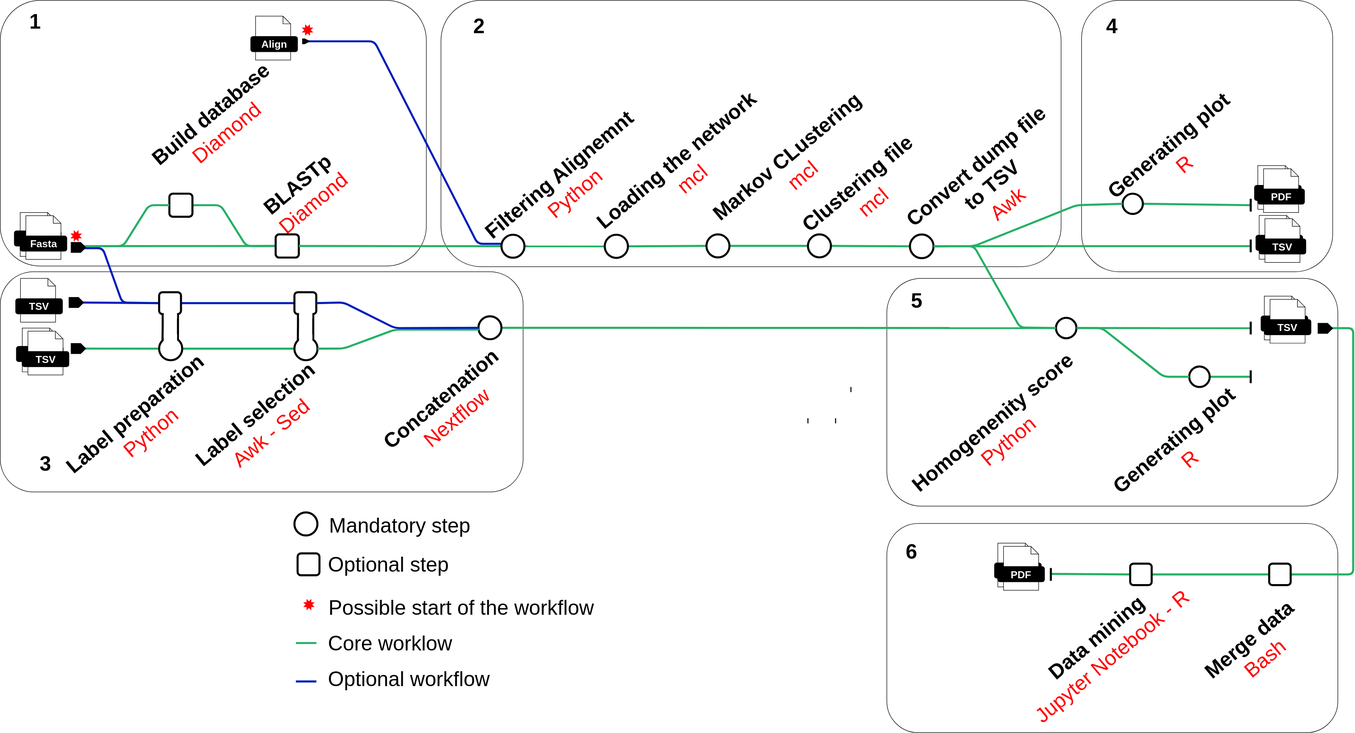
Earlier version of the draw.io export assets/pipeline.svg (jroussea/lagoon-mcl). Source tidied: cells renumbered, new cells last; positions are measured from the earlier drawing's top-left corner, leaving out a move shared by most shapes.
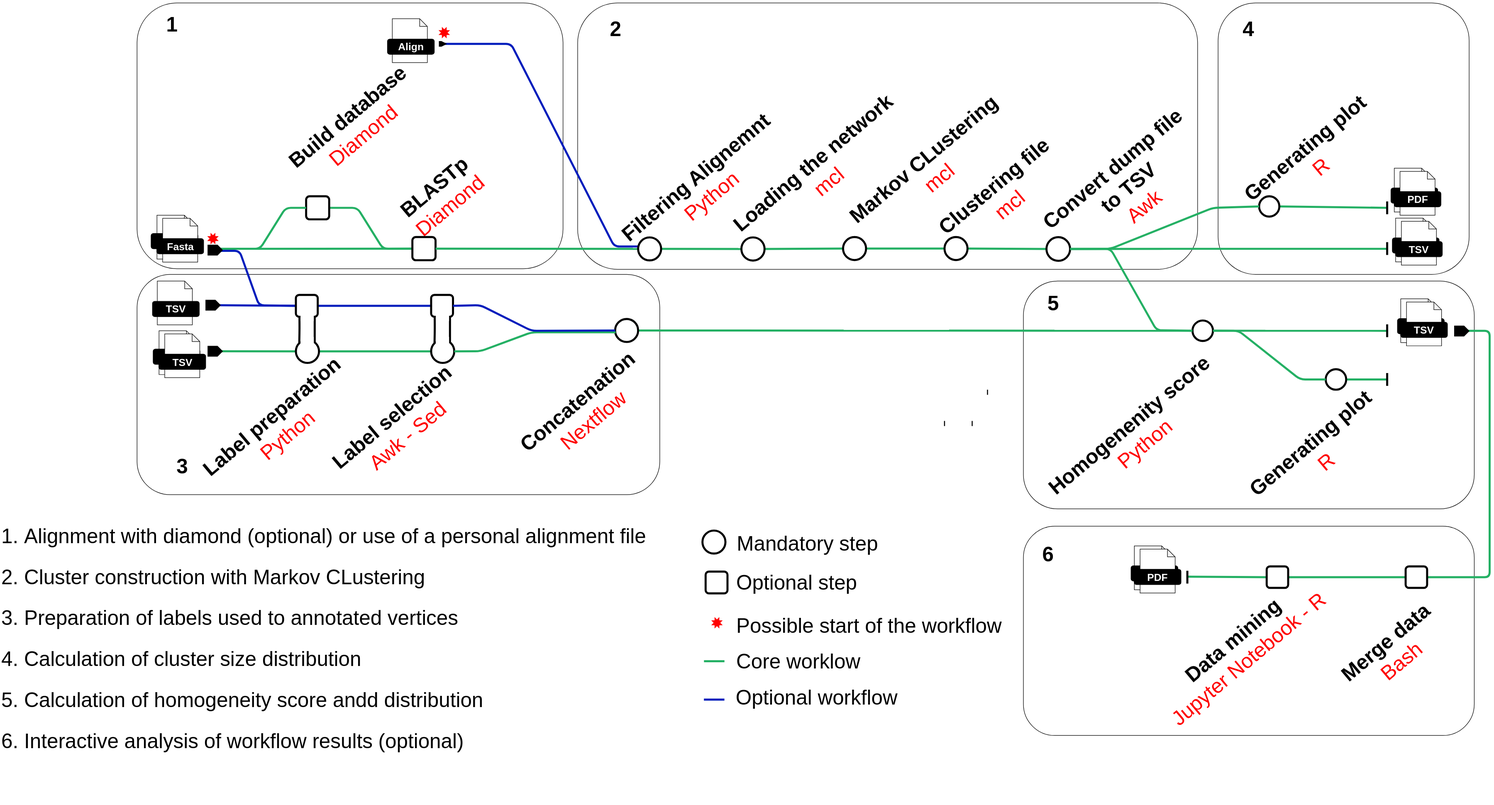
After the change.

The edit, as a diff of the source:
```diff
@@ -135,14 +135,14 @@
     </mxCell>
     <mxCell id="38" style="endArrow=none;html=1;rounded=1;strokeWidth=4;strokeColor=#24B064;" parent="1" edge="1">
       <mxGeometry relative="1" as="geometry">
-        <mxPoint x="577" y="1255" as="sourcePoint" />
-        <mxPoint x="617" y="1255" as="targetPoint" />
+        <mxPoint x="1106.5" y="1285" as="sourcePoint" />
+        <mxPoint x="1146.5" y="1285" as="targetPoint" />
       </mxGeometry>
     </mxCell>
     <mxCell id="39" style="endArrow=none;html=1;rounded=1;strokeWidth=4;strokeColor=#001DBC;fillColor=#0050ef;" parent="1" edge="1">
       <mxGeometry relative="1" as="geometry">
-        <mxPoint x="576.9" y="1330" as="sourcePoint" />
-        <mxPoint x="616.9" y="1330" as="targetPoint" />
+        <mxPoint x="1106.4" y="1360" as="sourcePoint" />
+        <mxPoint x="1146.4" y="1360" as="targetPoint" />
       </mxGeometry>
     </mxCell>
     <mxCell id="40" style="endArrow=none;html=1;rounded=1;strokeWidth=4;strokeColor=#24B064;exitX=0;exitY=0.5;exitDx=0;exitDy=0;entryX=1;entryY=0.5;entryDx=0;entryDy=0;" parent="1" edge="1" source="58" target="59">
@@ -160,19 +160,19 @@
       <mxGeometry x="1932" y="1215" width="402.7" height="45" as="geometry" />
     </mxCell>
     <mxCell id="44" value="Mandatory step" style="text;html=1;align=left;verticalAlign=middle;whiteSpace=wrap;rounded=0;fontFamily=Helvetica;fontSize=40;" parent="1" vertex="1">
-      <mxGeometry x="639.9" y="1010.3" width="331.4" height="30" as="geometry" />
+      <mxGeometry x="1169.5" y="1040.3" width="331.4" height="30" as="geometry" />
     </mxCell>
     <mxCell id="45" value="Optional step" style="text;html=1;align=left;verticalAlign=middle;whiteSpace=wrap;rounded=0;fontFamily=Helvetica;fontSize=40;" parent="1" vertex="1">
-      <mxGeometry x="638" y="1086.3" width="260" height="30" as="geometry" />
+      <mxGeometry x="1167.5" y="1116.3" width="260" height="30" as="geometry" />
     </mxCell>
     <mxCell id="46" value="Possible start of the workflow" style="text;html=1;align=left;verticalAlign=middle;whiteSpace=wrap;rounded=0;fontFamily=Helvetica;fontSize=40;" parent="1" vertex="1">
-      <mxGeometry x="638.8" y="1170" width="639" height="30" as="geometry" />
+      <mxGeometry x="1168.3" y="1200" width="639" height="30" as="geometry" />
     </mxCell>
     <mxCell id="47" value="&lt;div style=&quot;font-size: 40px;&quot;&gt;Core worklow&lt;/div&gt;" style="text;html=1;align=left;verticalAlign=middle;whiteSpace=wrap;rounded=0;fontFamily=Helvetica;fontSize=40;" parent="1" vertex="1">
-      <mxGeometry x="638" y="1240" width="594.1" height="30" as="geometry" />
+      <mxGeometry x="1167.5" y="1270" width="594.1" height="30" as="geometry" />
     </mxCell>
     <mxCell id="48" value="&lt;div style=&quot;font-size: 40px;&quot;&gt;Optional workflow&lt;/div&gt;" style="text;html=1;align=left;verticalAlign=middle;whiteSpace=wrap;rounded=0;fontFamily=Helvetica;fontSize=40;" parent="1" vertex="1">
-      <mxGeometry x="637.9" y="1310" width="444.1" height="30" as="geometry" />
+      <mxGeometry x="1167.4" y="1340" width="444.1" height="30" as="geometry" />
     </mxCell>
     <mxCell id="49" style="endArrow=none;html=1;rounded=1;strokeWidth=2;" parent="1" edge="1">
       <mxGeometry relative="1" as="geometry">
@@ -368,13 +368,13 @@
       <mxGeometry x="589.6" y="47.9" width="20" height="20" as="geometry" />
     </mxCell>
     <mxCell id="95" style="verticalLabelPosition=bottom;verticalAlign=top;html=1;shape=mxgraph.basic.8_point_star;strokeColor=#FF0000;fillColor=#FF0000;" parent="1" vertex="1">
-      <mxGeometry x="592.3" y="1170" width="20" height="20" as="geometry" />
+      <mxGeometry x="1121.8" y="1200" width="20" height="20" as="geometry" />
     </mxCell>
     <mxCell id="96" style="ellipse;whiteSpace=wrap;html=1;rounded=1;rotation=0;strokeWidth=4;" parent="1" vertex="1">
-      <mxGeometry x="574" y="1000" width="44.9" height="44.9" as="geometry" />
+      <mxGeometry x="1103.5" y="1030" width="44.9" height="44.9" as="geometry" />
     </mxCell>
     <mxCell id="97" style="rounded=1;whiteSpace=wrap;html=1;strokeWidth=4;" parent="1" vertex="1">
-      <mxGeometry x="580.2" y="1080" width="42.7" height="42.7" as="geometry" />
+      <mxGeometry x="1109.7" y="1110" width="42.7" height="42.7" as="geometry" />
     </mxCell>
     <mxCell id="98" style="endArrow=none;html=1;rounded=1;strokeWidth=4;strokeColor=#24B064;entryX=0;entryY=0.5;entryDx=0;entryDy=0;" parent="1" edge="1" target="66">
       <mxGeometry relative="1" as="geometry">
@@ -532,5 +532,8 @@
     <mxCell id="143" value="&lt;b style=&quot;font-size: 40px;&quot;&gt;6&lt;/b&gt;" style="text;html=1;align=center;verticalAlign=middle;whiteSpace=wrap;rounded=0;fontFamily=Helvetica;fontSize=40;" parent="1" vertex="1">
       <mxGeometry x="1760" y="1066.3" width="37.3" height="20" as="geometry" />
     </mxCell>
+    <mxCell id="144" value="&lt;ol style=&quot;line-height: 200%;&quot;&gt;&lt;li&gt;Alignment with diamond (optional) or use of a personal alignment file&lt;/li&gt;&lt;li&gt;Cluster construction with Markov CLustering&lt;/li&gt;&lt;li&gt;Preparation of labels used to annotated vertices&lt;/li&gt;&lt;li&gt;Calculation of cluster size distribution&lt;/li&gt;&lt;li&gt;Calculation of homogeneity score andd distribution&lt;/li&gt;&lt;li&gt;Interactive analysis of workflow results (optional)&lt;/li&gt;&lt;/ol&gt;" style="text;html=1;align=left;verticalAlign=middle;whiteSpace=wrap;rounded=0;fontSize=40;fontFamily=Helvetica;" parent="1" vertex="1">
+      <mxGeometry x="-262" y="920" width="1300" height="640" as="geometry" />
+    </mxCell>
   </root>
 </mxGraphModel>
```
